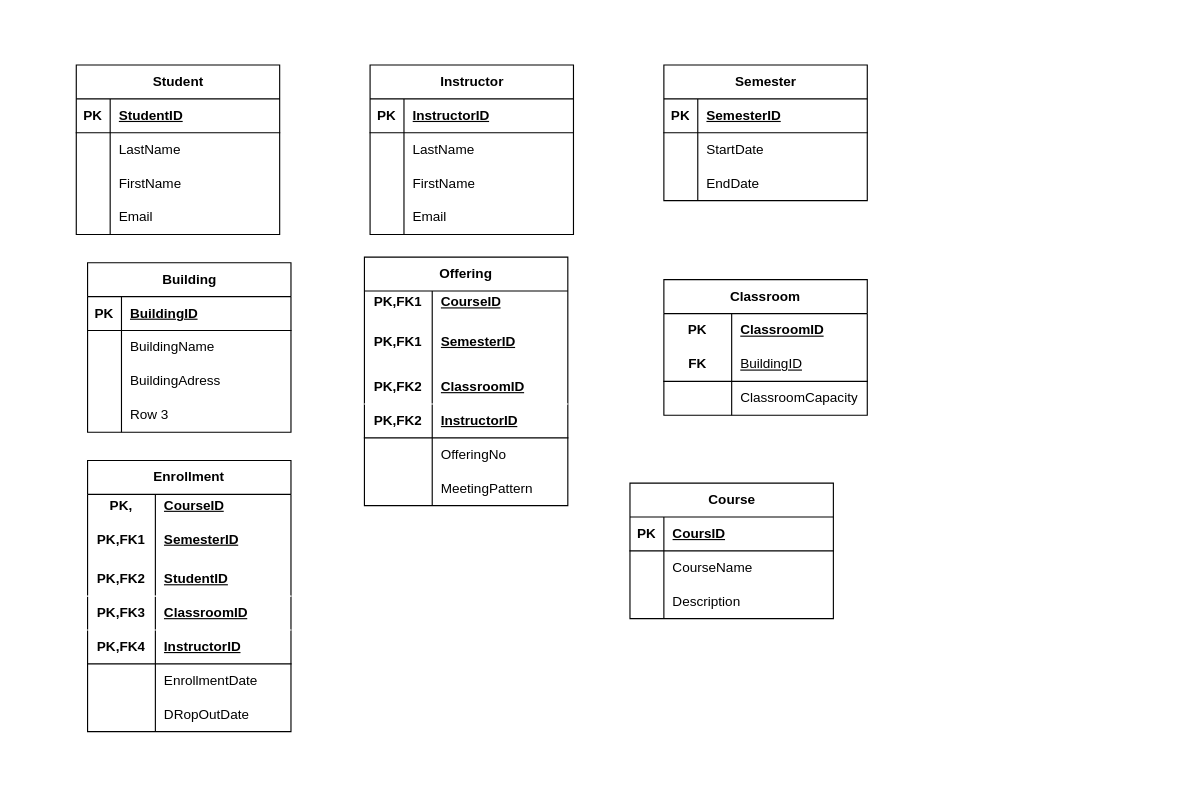
Earlier version of the draw.io diagram Untitled Diagram.drawio (shoranic/tester). Source tidied: cells renumbered, new cells numbered last; positions are measured from the earlier drawing's top-left corner, leaving out a move shared by most shapes. Both pictures are drawn from the tidied source at 113%, with x=0, y=0 at pixel (76, 64).
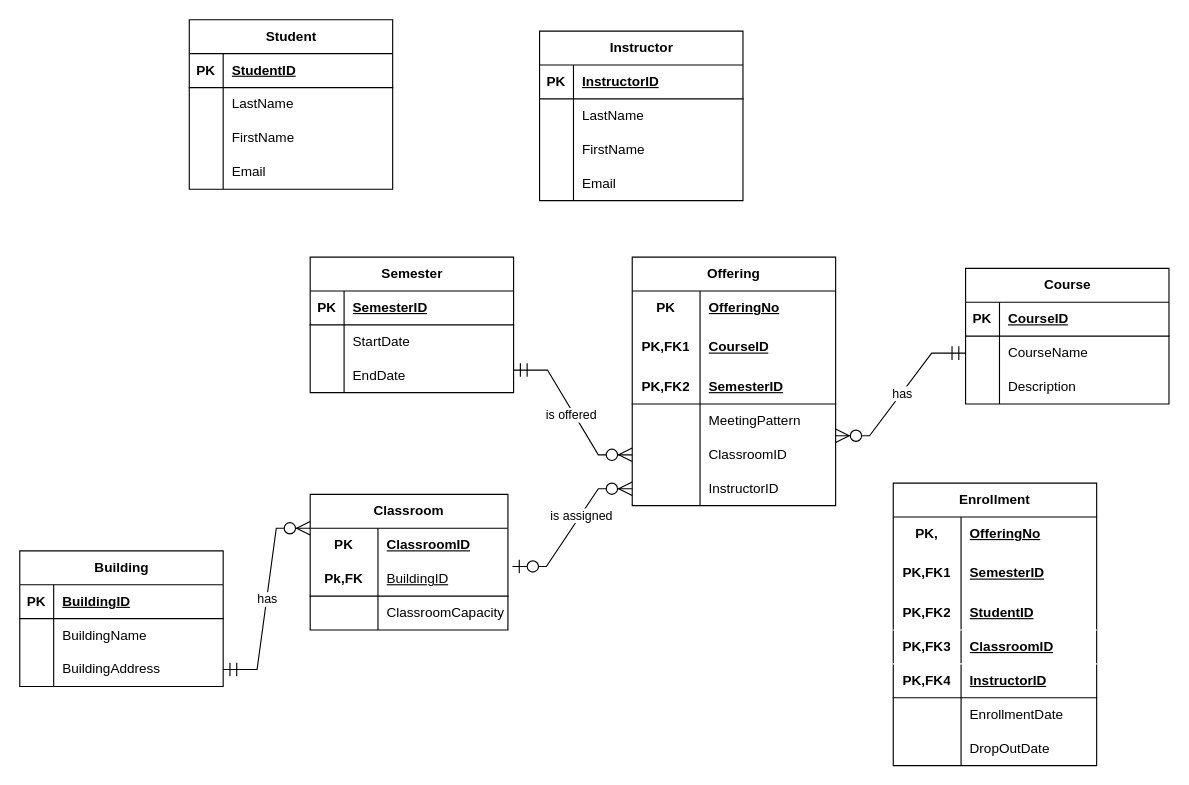
Above is the later version.

The change refers to these unchanged cells:
```xml
<mxCell id="64" style="shape=tableRow;horizontal=0;startSize=0;swimlaneHead=0;swimlaneBody=0;fillColor=none;points=[[0,0.5],[1,0.5]];portConstraint=eastwest;top=0;left=0;right=0;bottom=0;" parent="57" vertex="1">
  <mxGeometry y="90" width="180" height="30" as="geometry" />
</mxCell>
<mxCell id="71" style="shape=tableRow;horizontal=0;startSize=0;swimlaneHead=0;swimlaneBody=0;fillColor=none;top=0;left=0;right=0;bottom=1;" parent="70" vertex="1">
  <mxGeometry y="30" width="180" height="30" as="geometry" />
</mxCell>
<mxCell id="74" style="shape=tableRow;horizontal=0;startSize=0;swimlaneHead=0;swimlaneBody=0;fillColor=none;points=[[0,0.5],[1,0.5]];portConstraint=eastwest;top=0;left=0;right=0;bottom=0;" parent="70" vertex="1">
  <mxGeometry y="60" width="180" height="30" as="geometry" />
</mxCell>
```

The edit, as a diff of the source:
```diff
@@
     <mxCell id="2" value="Instructor" style="shape=table;startSize=30;childLayout=tableLayout;rowLines=0;fontStyle=1;align=center;html=1;" parent="1" vertex="1">
-      <mxGeometry x="260" width="180" height="150" as="geometry" />
+      <mxGeometry x="410" y="-30" width="180" height="150" as="geometry" />
     </mxCell>
@@
     <mxCell id="15" value="Student" style="shape=table;startSize=30;childLayout=tableLayout;rowLines=0;fontStyle=1;align=center;html=1;" parent="1" vertex="1">
-      <mxGeometry width="180" height="150" as="geometry" />
+      <mxGeometry x="100" y="-40" width="180" height="150" as="geometry" />
     </mxCell>
@@
     <mxCell id="28" value="Semester" style="shape=table;startSize=30;childLayout=tableLayout;rowLines=0;fontStyle=1;align=center;html=1;" parent="1" vertex="1">
-      <mxGeometry x="520" width="180" height="120" as="geometry" />
+      <mxGeometry x="207" y="170" width="180" height="120" as="geometry" />
     </mxCell>
@@
     <mxCell id="38" value="Offering" style="shape=table;startSize=30;childLayout=tableLayout;rowLines=0;fontStyle=1;align=center;html=1;whiteSpace=wrap;" parent="1" vertex="1">
-      <mxGeometry x="255" y="170" width="180" height="220" as="geometry" />
+      <mxGeometry x="492" y="170" width="180" height="220" as="geometry" />
     </mxCell>
     <mxCell id="39" style="shape=tableRow;horizontal=0;startSize=0;swimlaneHead=0;swimlaneBody=0;fillColor=none;top=0;left=0;right=0;bottom=0;html=1;" parent="38" vertex="1">
-      <mxGeometry y="30" width="180" height="20" as="geometry" />
+      <mxGeometry y="30" width="180" height="30" as="geometry" />
     </mxCell>
-    <mxCell id="40" value="PK,FK1" style="shape=partialRectangle;fillColor=none;top=0;left=0;bottom=0;right=0;fontStyle=1;overflow=hidden;html=1;whiteSpace=wrap;" parent="39" vertex="1">
-      <mxGeometry width="60" height="20" as="geometry" />
+    <mxCell id="40" value="PK" style="shape=partialRectangle;fillColor=none;top=0;left=0;bottom=0;right=0;fontStyle=1;overflow=hidden;html=1;whiteSpace=wrap;" parent="39" vertex="1">
+      <mxGeometry width="60" height="30" as="geometry" />
     </mxCell>
-    <mxCell id="41" value="CourseID" style="shape=partialRectangle;fillColor=none;top=0;left=0;bottom=0;right=0;align=left;spacingLeft=6;fontStyle=5;overflow=hidden;html=1;whiteSpace=wrap;" parent="39" vertex="1">
-      <mxGeometry x="60" width="120" height="20" as="geometry" />
+    <mxCell id="41" value="OfferingNo" style="shape=partialRectangle;fillColor=none;top=0;left=0;bottom=0;right=0;align=left;spacingLeft=6;fontStyle=5;overflow=hidden;html=1;whiteSpace=wrap;" parent="39" vertex="1">
+      <mxGeometry x="60" width="120" height="30" as="geometry" />
     </mxCell>
     <mxCell id="42" style="shape=tableRow;horizontal=0;startSize=0;swimlaneHead=0;swimlaneBody=0;fillColor=none;top=0;left=0;right=0;bottom=0;html=1;" parent="38" vertex="1">
-      <mxGeometry y="50" width="180" height="50" as="geometry" />
+      <mxGeometry y="60" width="180" height="40" as="geometry" />
     </mxCell>
     <mxCell id="43" value="PK,FK1" style="shape=partialRectangle;fillColor=none;top=0;left=0;bottom=0;right=0;fontStyle=1;overflow=hidden;html=1;whiteSpace=wrap;" parent="42" vertex="1">
-      <mxGeometry width="60" height="50" as="geometry" />
+      <mxGeometry width="60" height="40" as="geometry" />
     </mxCell>
-    <mxCell id="44" value="SemesterID" style="shape=partialRectangle;fillColor=none;top=0;left=0;bottom=0;right=0;align=left;spacingLeft=6;fontStyle=5;overflow=hidden;html=1;whiteSpace=wrap;" parent="42" vertex="1">
-      <mxGeometry x="60" width="120" height="50" as="geometry" />
+    <mxCell id="44" value="CourseID" style="shape=partialRectangle;fillColor=none;top=0;left=0;bottom=0;right=0;align=left;spacingLeft=6;fontStyle=5;overflow=hidden;html=1;whiteSpace=wrap;" parent="42" vertex="1">
+      <mxGeometry x="60" width="120" height="40" as="geometry" />
     </mxCell>
-    <mxCell id="45" style="shape=tableRow;horizontal=0;startSize=0;swimlaneHead=0;swimlaneBody=0;fillColor=none;top=0;left=0;right=0;bottom=1;html=1;strokeColor=#FFFFFF;" parent="38" vertex="1">
+    <mxCell id="45" style="shape=tableRow;horizontal=0;startSize=0;swimlaneHead=0;swimlaneBody=0;fillColor=none;top=0;left=0;right=0;bottom=1;html=1;strokeColor=#000000;" parent="38" vertex="1">
       <mxGeometry y="100" width="180" height="30" as="geometry" />
     </mxCell>
@@
-    <mxCell id="47" value="ClassroomID" style="shape=partialRectangle;fillColor=none;top=0;left=0;bottom=0;right=0;align=left;spacingLeft=6;fontStyle=5;overflow=hidden;html=1;whiteSpace=wrap;" parent="45" vertex="1">
+    <mxCell id="47" value="SemesterID" style="shape=partialRectangle;fillColor=none;top=0;left=0;bottom=0;right=0;align=left;spacingLeft=6;fontStyle=5;overflow=hidden;html=1;whiteSpace=wrap;" parent="45" vertex="1">
       <mxGeometry x="60" width="120" height="30" as="geometry" />
     </mxCell>
-    <mxCell id="48" style="shape=tableRow;horizontal=0;startSize=0;swimlaneHead=0;swimlaneBody=0;fillColor=none;top=0;left=0;right=0;bottom=1;html=1;" parent="38" vertex="1">
-      <mxGeometry y="130" width="180" height="30" as="geometry" />
-    </mxCell>
-    <mxCell id="49" value="PK,FK2" style="shape=partialRectangle;fillColor=none;top=0;left=0;bottom=0;right=0;fontStyle=1;overflow=hidden;html=1;whiteSpace=wrap;" parent="48" vertex="1">
-      <mxGeometry width="60" height="30" as="geometry" />
-    </mxCell>
-    <mxCell id="50" value="InstructorID" style="shape=partialRectangle;fillColor=none;top=0;left=0;bottom=0;right=0;align=left;spacingLeft=6;fontStyle=5;overflow=hidden;html=1;whiteSpace=wrap;" parent="48" vertex="1">
-      <mxGeometry x="60" width="120" height="30" as="geometry" />
-    </mxCell>
-    <mxCell id="51" style="shape=tableRow;horizontal=0;startSize=0;swimlaneHead=0;swimlaneBody=0;fillColor=none;points=[[0,0.5],[1,0.5]];portConstraint=eastwest;top=0;left=0;right=0;bottom=0;html=1;" parent="38" vertex="1">
-      <mxGeometry y="160" width="180" height="30" as="geometry" />
-    </mxCell>
-    <mxCell id="52" style="shape=partialRectangle;fillColor=none;top=0;left=0;bottom=0;right=0;overflow=hidden;html=1;whiteSpace=wrap;" parent="51" vertex="1">
-      <mxGeometry width="60" height="30" as="geometry" />
-    </mxCell>
-    <mxCell id="53" value="OfferingNo" style="shape=partialRectangle;fillColor=none;top=0;left=0;bottom=0;right=0;align=left;spacingLeft=6;overflow=hidden;html=1;whiteSpace=wrap;" parent="51" vertex="1">
-      <mxGeometry x="60" width="120" height="30" as="geometry" />
-    </mxCell>
     <mxCell id="54" style="shape=tableRow;horizontal=0;startSize=0;swimlaneHead=0;swimlaneBody=0;fillColor=none;top=0;left=0;right=0;bottom=0;html=1;" parent="38" vertex="1">
-      <mxGeometry y="190" width="180" height="30" as="geometry" />
+      <mxGeometry y="130" width="180" height="30" as="geometry" />
     </mxCell>
@@
+    <mxCell id="51" style="shape=tableRow;horizontal=0;startSize=0;swimlaneHead=0;swimlaneBody=0;fillColor=none;points=[[0,0.5],[1,0.5]];portConstraint=eastwest;top=0;left=0;right=0;bottom=0;html=1;" parent="38" vertex="1">
+      <mxGeometry y="160" width="180" height="30" as="geometry" />
+    </mxCell>
+    <mxCell id="112" style="shape=partialRectangle;fillColor=none;top=0;left=0;bottom=0;right=0;overflow=hidden;html=1;whiteSpace=wrap;" parent="51" vertex="1">
+      <mxGeometry width="60" height="30" as="geometry" />
+    </mxCell>
+    <mxCell id="113" value="ClassroomID" style="shape=partialRectangle;fillColor=none;top=0;left=0;bottom=0;right=0;align=left;spacingLeft=6;overflow=hidden;html=1;whiteSpace=wrap;" parent="51" vertex="1">
+      <mxGeometry x="60" width="120" height="30" as="geometry" />
+    </mxCell>
+    <mxCell id="114" style="shape=tableRow;horizontal=0;startSize=0;swimlaneHead=0;swimlaneBody=0;fillColor=none;points=[[0,0.5],[1,0.5]];portConstraint=eastwest;top=0;left=0;right=0;bottom=0;html=1;" parent="38" vertex="1">
+      <mxGeometry y="190" width="180" height="30" as="geometry" />
+    </mxCell>
+    <mxCell id="115" style="shape=partialRectangle;fillColor=none;top=0;left=0;bottom=0;right=0;overflow=hidden;html=1;whiteSpace=wrap;" parent="114" vertex="1">
+      <mxGeometry width="60" height="30" as="geometry" />
+    </mxCell>
+    <mxCell id="50" value="InstructorID" style="shape=partialRectangle;fillColor=none;top=0;left=0;bottom=0;right=0;align=left;spacingLeft=6;overflow=hidden;html=1;whiteSpace=wrap;" parent="114" vertex="1">
+      <mxGeometry x="60" width="120" height="30" as="geometry" />
+    </mxCell>
     <mxCell id="57" value="Building" style="shape=table;startSize=30;childLayout=tableLayout;rowLines=0;fontStyle=1;align=center;html=1;" parent="1" vertex="1">
-      <mxGeometry x="10" y="175" width="180" height="150" as="geometry" />
+      <mxGeometry x="-50" y="430" width="180" height="120" as="geometry" />
     </mxCell>
@@
-    <mxCell id="66" value="BuildingAdress" style="shape=partialRectangle;fillColor=none;top=0;left=0;bottom=0;right=0;align=left;spacingLeft=6;overflow=hidden;whiteSpace=wrap;html=1;" parent="64" vertex="1">
+    <mxCell id="66" value="BuildingAddress" style="shape=partialRectangle;fillColor=none;top=0;left=0;bottom=0;right=0;align=left;spacingLeft=6;overflow=hidden;whiteSpace=wrap;html=1;" parent="64" vertex="1">
       <mxGeometry x="30" width="150" height="30" as="geometry" />
     </mxCell>
-    <mxCell id="67" style="shape=tableRow;horizontal=0;startSize=0;swimlaneHead=0;swimlaneBody=0;fillColor=none;top=0;left=0;right=0;bottom=0;" parent="57" vertex="1">
-      <mxGeometry y="120" width="180" height="30" as="geometry" />
-    </mxCell>
-    <mxCell id="68" style="shape=partialRectangle;fillColor=none;top=0;left=0;bottom=0;right=0;overflow=hidden;whiteSpace=wrap;html=1;" parent="67" vertex="1">
-      <mxGeometry width="30" height="30" as="geometry" />
-    </mxCell>
-    <mxCell id="69" value="Row 3" style="shape=partialRectangle;fillColor=none;top=0;left=0;bottom=0;right=0;align=left;spacingLeft=6;overflow=hidden;whiteSpace=wrap;html=1;" parent="67" vertex="1">
-      <mxGeometry x="30" width="150" height="30" as="geometry" />
-    </mxCell>
     <mxCell id="70" value="Course" style="shape=table;startSize=30;childLayout=tableLayout;rowLines=0;fontStyle=1;align=center;html=1;" parent="1" vertex="1">
-      <mxGeometry x="490" y="370" width="180" height="120" as="geometry" />
+      <mxGeometry x="787" y="180" width="180" height="120" as="geometry" />
     </mxCell>
@@
-    <mxCell id="73" value="CoursID" style="shape=partialRectangle;fillColor=none;top=0;left=0;bottom=0;right=0;align=left;spacingLeft=6;fontStyle=5;overflow=hidden;whiteSpace=wrap;html=1;" parent="71" vertex="1">
+    <mxCell id="73" value="CourseID" style="shape=partialRectangle;fillColor=none;top=0;left=0;bottom=0;right=0;align=left;spacingLeft=6;fontStyle=5;overflow=hidden;whiteSpace=wrap;html=1;" parent="71" vertex="1">
       <mxGeometry x="30" width="150" height="30" as="geometry" />
     </mxCell>
@@
     <mxCell id="80" value="Classroom" style="shape=table;startSize=30;childLayout=tableLayout;rowLines=0;fontStyle=1;align=center;html=1;whiteSpace=wrap;" parent="1" vertex="1">
-      <mxGeometry x="520" y="190" width="180" height="120" as="geometry" />
+      <mxGeometry x="207" y="380" width="175" height="120" as="geometry" />
     </mxCell>
     <mxCell id="81" style="shape=tableRow;horizontal=0;startSize=0;swimlaneHead=0;swimlaneBody=0;fillColor=none;top=0;left=0;right=0;bottom=0;html=1;" parent="80" vertex="1">
-      <mxGeometry y="30" width="180" height="30" as="geometry" />
+      <mxGeometry y="30" width="175" height="30" as="geometry" />
     </mxCell>
@@
     <mxCell id="83" value="ClassroomID" style="shape=partialRectangle;fillColor=none;top=0;left=0;bottom=0;right=0;align=left;spacingLeft=6;fontStyle=5;overflow=hidden;html=1;whiteSpace=wrap;" parent="81" vertex="1">
-      <mxGeometry x="60" width="120" height="30" as="geometry" />
+      <mxGeometry x="60" width="115" height="30" as="geometry" />
     </mxCell>
     <mxCell id="84" style="shape=tableRow;horizontal=0;startSize=0;swimlaneHead=0;swimlaneBody=0;fillColor=none;points=[[0,0.5],[1,0.5]];portConstraint=eastwest;top=0;left=0;right=0;bottom=1;html=1;" parent="80" vertex="1">
-      <mxGeometry y="60" width="180" height="30" as="geometry" />
+      <mxGeometry y="60" width="175" height="30" as="geometry" />
     </mxCell>
-    <mxCell id="85" value="FK" style="shape=partialRectangle;fillColor=none;top=0;left=0;bottom=0;right=0;fontStyle=1;overflow=hidden;html=1;whiteSpace=wrap;" parent="84" vertex="1">
+    <mxCell id="85" value="Pk,FK" style="shape=partialRectangle;fillColor=none;top=0;left=0;bottom=0;right=0;fontStyle=1;overflow=hidden;html=1;whiteSpace=wrap;" parent="84" vertex="1">
       <mxGeometry width="60" height="30" as="geometry" />
     </mxCell>
     <mxCell id="86" value="BuildingID" style="shape=partialRectangle;fillColor=none;top=0;left=0;bottom=0;right=0;align=left;spacingLeft=6;fontStyle=4;overflow=hidden;html=1;whiteSpace=wrap;" parent="84" vertex="1">
-      <mxGeometry x="60" width="120" height="30" as="geometry" />
+      <mxGeometry x="60" width="115" height="30" as="geometry" />
     </mxCell>
     <mxCell id="87" style="shape=tableRow;horizontal=0;startSize=0;swimlaneHead=0;swimlaneBody=0;fillColor=none;top=0;left=0;right=0;bottom=0;html=1;" parent="80" vertex="1">
-      <mxGeometry y="90" width="180" height="30" as="geometry" />
+      <mxGeometry y="90" width="175" height="30" as="geometry" />
     </mxCell>
@@
     <mxCell id="89" value="ClassroomCapacity" style="shape=partialRectangle;fillColor=none;top=0;left=0;bottom=0;right=0;align=left;spacingLeft=6;overflow=hidden;html=1;whiteSpace=wrap;" parent="87" vertex="1">
-      <mxGeometry x="60" width="120" height="30" as="geometry" />
+      <mxGeometry x="60" width="115" height="30" as="geometry" />
     </mxCell>
     <mxCell id="90" value="Enrollment" style="shape=table;startSize=30;childLayout=tableLayout;rowLines=0;fontStyle=1;align=center;html=1;whiteSpace=wrap;" parent="1" vertex="1">
-      <mxGeometry x="10" y="350" width="180" height="240" as="geometry" />
+      <mxGeometry x="723" y="370" width="180" height="250" as="geometry" />
     </mxCell>
     <mxCell id="91" style="shape=tableRow;horizontal=0;startSize=0;swimlaneHead=0;swimlaneBody=0;fillColor=none;top=0;left=0;right=0;bottom=0;html=1;" parent="90" vertex="1">
-      <mxGeometry y="30" width="180" height="20" as="geometry" />
+      <mxGeometry y="30" width="180" height="30" as="geometry" />
     </mxCell>
     <mxCell id="92" value="PK," style="shape=partialRectangle;fillColor=none;top=0;left=0;bottom=0;right=0;fontStyle=1;overflow=hidden;html=1;whiteSpace=wrap;" parent="91" vertex="1">
-      <mxGeometry width="60" height="20" as="geometry" />
+      <mxGeometry width="60" height="30" as="geometry" />
     </mxCell>
-    <mxCell id="93" value="CourseID" style="shape=partialRectangle;fillColor=none;top=0;left=0;bottom=0;right=0;align=left;spacingLeft=6;fontStyle=5;overflow=hidden;html=1;whiteSpace=wrap;" parent="91" vertex="1">
-      <mxGeometry x="60" width="120" height="20" as="geometry" />
+    <mxCell id="93" value="OfferingNo" style="shape=partialRectangle;fillColor=none;top=0;left=0;bottom=0;right=0;align=left;spacingLeft=6;fontStyle=5;overflow=hidden;html=1;whiteSpace=wrap;" parent="91" vertex="1">
+      <mxGeometry x="60" width="120" height="30" as="geometry" />
     </mxCell>
     <mxCell id="94" style="shape=tableRow;horizontal=0;startSize=0;swimlaneHead=0;swimlaneBody=0;fillColor=none;top=0;left=0;right=0;bottom=0;html=1;" parent="90" vertex="1">
-      <mxGeometry y="50" width="180" height="40" as="geometry" />
+      <mxGeometry y="60" width="180" height="40" as="geometry" />
     </mxCell>
@@
     <mxCell id="97" style="shape=tableRow;horizontal=0;startSize=0;swimlaneHead=0;swimlaneBody=0;fillColor=none;top=0;left=0;right=0;bottom=1;html=1;strokeColor=#FFFFFF;" parent="90" vertex="1">
-      <mxGeometry y="90" width="180" height="30" as="geometry" />
+      <mxGeometry y="100" width="180" height="30" as="geometry" />
     </mxCell>
@@
     <mxCell id="100" style="shape=tableRow;horizontal=0;startSize=0;swimlaneHead=0;swimlaneBody=0;fillColor=none;top=0;left=0;right=0;bottom=1;html=1;strokeColor=#FFFFFF;" parent="90" vertex="1">
-      <mxGeometry y="120" width="180" height="30" as="geometry" />
+      <mxGeometry y="130" width="180" height="30" as="geometry" />
     </mxCell>
@@
     <mxCell id="103" style="shape=tableRow;horizontal=0;startSize=0;swimlaneHead=0;swimlaneBody=0;fillColor=none;top=0;left=0;right=0;bottom=1;html=1;" parent="90" vertex="1">
-      <mxGeometry y="150" width="180" height="30" as="geometry" />
+      <mxGeometry y="160" width="180" height="30" as="geometry" />
     </mxCell>
@@
     <mxCell id="106" style="shape=tableRow;horizontal=0;startSize=0;swimlaneHead=0;swimlaneBody=0;fillColor=none;top=0;left=0;right=0;bottom=0;html=1;" parent="90" vertex="1">
-      <mxGeometry y="180" width="180" height="30" as="geometry" />
+      <mxGeometry y="190" width="180" height="30" as="geometry" />
     </mxCell>
@@
     <mxCell id="109" style="shape=tableRow;horizontal=0;startSize=0;swimlaneHead=0;swimlaneBody=0;fillColor=none;top=0;left=0;right=0;bottom=0;html=1;" parent="90" vertex="1">
-      <mxGeometry y="210" width="180" height="30" as="geometry" />
+      <mxGeometry y="220" width="180" height="30" as="geometry" />
     </mxCell>
@@
-    <mxCell id="111" value="DRopOutDate" style="shape=partialRectangle;fillColor=none;top=0;left=0;bottom=0;right=0;align=left;spacingLeft=6;overflow=hidden;html=1;whiteSpace=wrap;" parent="109" vertex="1">
+    <mxCell id="111" value="DropOutDate" style="shape=partialRectangle;fillColor=none;top=0;left=0;bottom=0;right=0;align=left;spacingLeft=6;overflow=hidden;html=1;whiteSpace=wrap;" parent="109" vertex="1">
       <mxGeometry x="60" width="120" height="30" as="geometry" />
     </mxCell>
+    <mxCell id="116" style="edgeStyle=entityRelationEdgeStyle;fontSize=12;html=1;endArrow=ERzeroToMany;startArrow=ERmandOne;rounded=0;entryX=0;entryY=0.5;entryDx=0;entryDy=0;endSize=10;startSize=10;" parent="1" edge="1" target="51">
+      <mxGeometry relative="1" as="geometry">
+        <mxPoint x="387" y="270" as="sourcePoint" />
+      </mxGeometry>
+    </mxCell>
+    <mxCell id="117" value="is offered" style="edgeLabel;html=1;align=center;verticalAlign=middle;" parent="116" vertex="1">
+      <mxGeometry y="-3" relative="1" as="geometry" />
+    </mxCell>
+    <mxCell id="118" style="edgeStyle=entityRelationEdgeStyle;fontSize=12;html=1;endArrow=ERmandOne;endFill=0;startArrow=ERzeroToMany;rounded=0;endSize=10;startSize=10;entryX=0;entryY=0.5;entryDx=0;entryDy=0;exitX=1;exitY=-0.063;exitDx=0;exitDy=0;exitPerimeter=0;" parent="1" edge="1" source="51" target="74">
+      <mxGeometry relative="1" as="geometry">
+        <Array as="points">
+          <mxPoint x="612" y="290" />
+        </Array>
+      </mxGeometry>
+    </mxCell>
+    <mxCell id="119" value="has" style="edgeLabel;html=1;align=center;verticalAlign=middle;" parent="118" vertex="1">
+      <mxGeometry x="0.01" relative="1" as="geometry" />
+    </mxCell>
+    <mxCell id="120" style="edgeStyle=entityRelationEdgeStyle;fontSize=12;html=1;endArrow=ERzeroToMany;startArrow=ERzeroToOne;rounded=0;endSize=10;startSize=10;exitX=1.023;exitY=0.127;exitDx=0;exitDy=0;exitPerimeter=0;entryX=0;entryY=0.5;entryDx=0;entryDy=0;" parent="1" edge="1" source="84" target="114">
+      <mxGeometry relative="1" as="geometry">
+        <Array as="points">
+          <mxPoint x="402" y="460" />
+          <mxPoint x="520.8" y="520" />
+          <mxPoint x="430.8" y="560" />
+          <mxPoint x="440.8" y="530" />
+        </Array>
+      </mxGeometry>
+    </mxCell>
+    <mxCell id="121" value="is assigned" style="edgeLabel;html=1;align=center;verticalAlign=middle;" parent="120" vertex="1">
+      <mxGeometry x="0.17" relative="1" as="geometry" />
+    </mxCell>
+    <mxCell id="122" style="edgeStyle=entityRelationEdgeStyle;fontSize=12;html=1;endArrow=ERzeroToMany;startArrow=ERmandOne;rounded=0;exitX=1;exitY=0.5;exitDx=0;exitDy=0;endSize=10;startSize=10;" parent="1" edge="1" source="64">
+      <mxGeometry relative="1" as="geometry">
+        <mxPoint x="207" y="410" as="targetPoint" />
+        <Array as="points">
+          <mxPoint x="107" y="430" />
+          <mxPoint x="77" y="440" />
+        </Array>
+      </mxGeometry>
+    </mxCell>
+    <mxCell id="123" value="has" style="edgeLabel;html=1;align=center;verticalAlign=middle;" parent="122" vertex="1">
+      <mxGeometry x="-0.01" relative="1" as="geometry">
+        <mxPoint y="-1" as="offset" />
+      </mxGeometry>
+    </mxCell>
```
